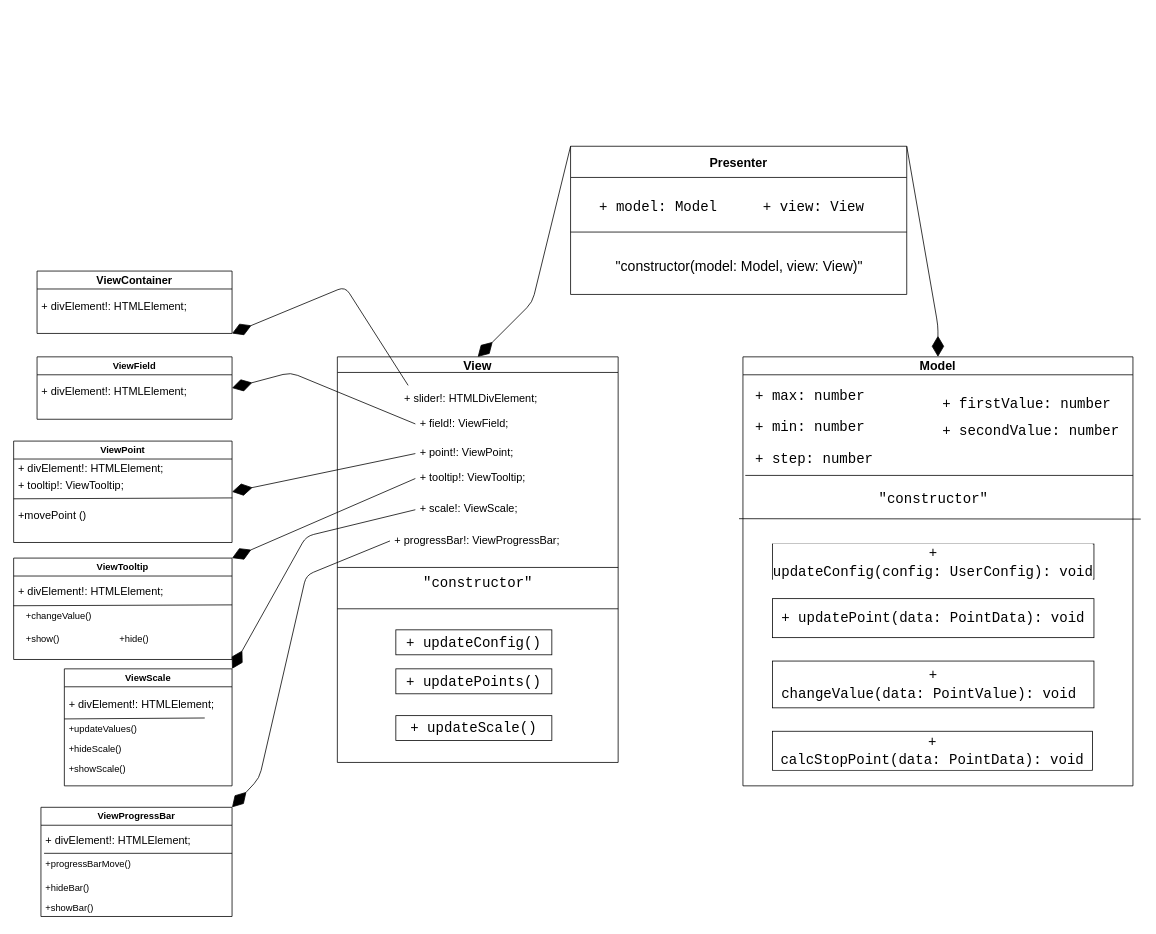
This is mvp.drawio from Sprashivaite/slider, a draw.io file, before an edit. Source tidied: cells renumbered, new cells numbered last; positions are measured from the earlier drawing's top-left corner, leaving out a move shared by most shapes. Both pictures are drawn from the tidied source at 78%, with x=0, y=0 at pixel (13, 146).
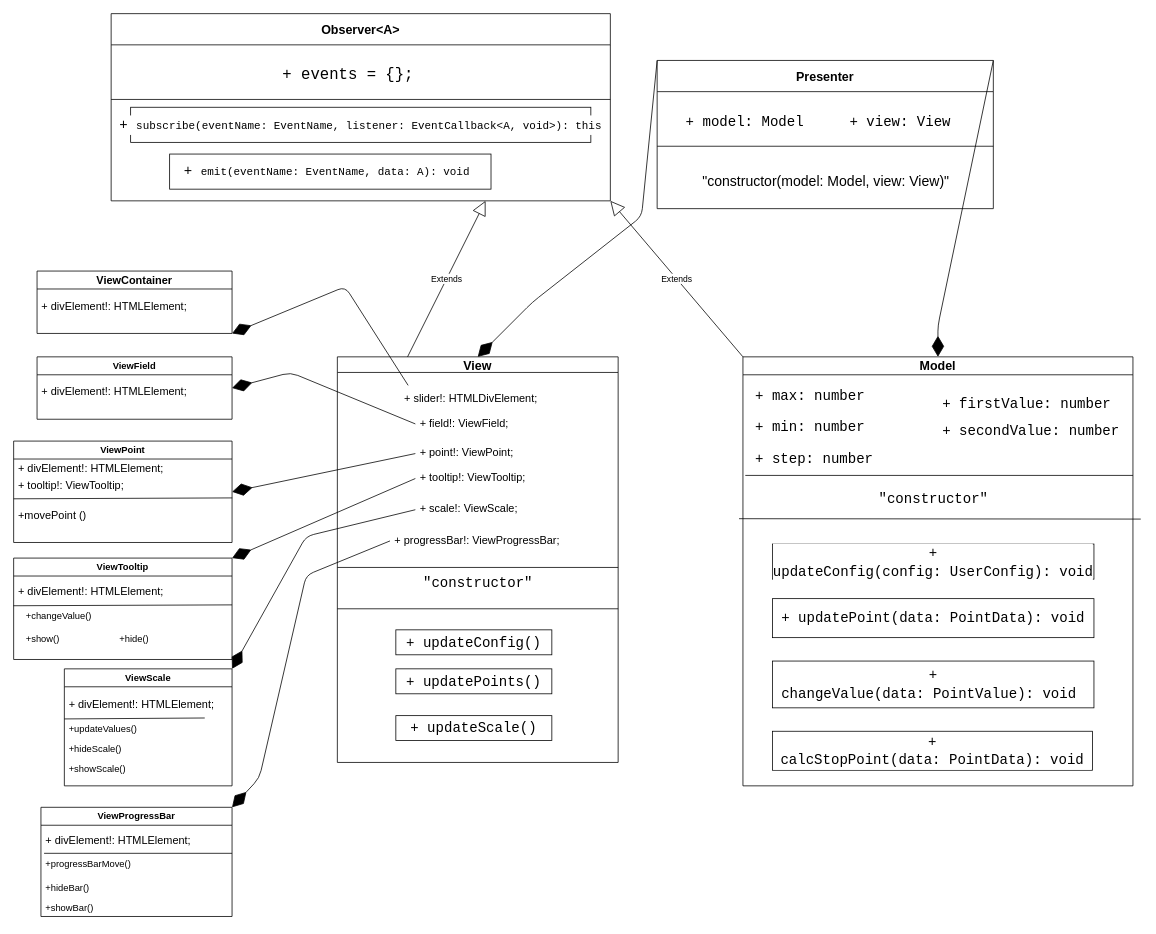
The same page after the edit.

Unchanged cells that the change refers to:
```xml
<mxCell id="2" value="Model" style="swimlane;whiteSpace=wrap;fontSize=16;" parent="1" vertex="1">
  <mxGeometry x="935" y="270" width="500" height="550" as="geometry" />
</mxCell>
<mxCell id="15" value="View" style="swimlane;spacingTop=0;startSize=20;swimlaneLine=1;labelBorderColor=none;labelBackgroundColor=none;verticalAlign=middle;fontSize=16;" parent="1" vertex="1">
  <mxGeometry x="415" y="270" width="360" height="520" as="geometry" />
</mxCell>
```

The edit, as a diff of the source:
```diff
@@
     <mxCell id="29" value="Presenter" style="swimlane;glass=0;spacing=3;startSize=40;fontSize=16;" parent="1" vertex="1">
-      <mxGeometry x="714" width="431" height="190" as="geometry" />
+      <mxGeometry x="825" y="-110" width="431" height="190" as="geometry" />
     </mxCell>
@@
     <mxCell id="50" style="endArrow=diamondThin;endFill=1;endSize=24;html=1;fontColor=#000000;entryX=0.5;entryY=0;entryDx=0;entryDy=0;exitX=0;exitY=0;exitDx=0;exitDy=0;" parent="1" edge="1" source="29" target="15">
       <mxGeometry relative="1" as="geometry">
         <Array as="points">
+          <mxPoint x="805" y="90" />
           <mxPoint x="665" y="200" />
         </Array>
       </mxGeometry>
     </mxCell>
@@
+    <mxCell id="69" value="Extends" style="endArrow=block;endSize=16;endFill=0;html=1;entryX=0.75;entryY=1;entryDx=0;entryDy=0;exitX=0.25;exitY=0;exitDx=0;exitDy=0;" parent="1" edge="1" source="15" target="70">
+      <mxGeometry relative="1" as="geometry" />
+    </mxCell>
+    <mxCell id="70" value="Observer&lt;A&gt;" style="swimlane;glass=0;spacing=3;startSize=40;fontSize=16;labelBackgroundColor=#FFFFFF;" parent="1" vertex="1">
+      <mxGeometry x="125" y="-170" width="640" height="240" as="geometry" />
+    </mxCell>
+    <mxCell id="71" value="&lt;div style=&quot;font-family: &amp;#34;consolas&amp;#34; , &amp;#34;courier new&amp;#34; , monospace ; font-size: 20px ; line-height: 24px&quot;&gt;&lt;span style=&quot;background-color: rgb(255 , 255 , 255)&quot;&gt;+&amp;nbsp;&lt;span style=&quot;font-family: &amp;#34;consolas&amp;#34; , &amp;#34;courier new&amp;#34; , monospace&quot;&gt;events&lt;/span&gt;&lt;span style=&quot;font-family: &amp;#34;consolas&amp;#34; , &amp;#34;courier new&amp;#34; , monospace&quot;&gt;&amp;nbsp;=&amp;nbsp;{};&lt;/span&gt;&lt;/span&gt;&lt;/div&gt;" style="text;html=1;align=left;verticalAlign=top;spacingLeft=4;fontSize=14;spacingRight=4;" parent="70" vertex="1">
+      <mxGeometry x="214" y="60" width="180" height="30" as="geometry" />
+    </mxCell>
+    <mxCell id="72" style="endArrow=none;html=1;fontSize=16;fontColor=#000000;" parent="70" edge="1">
+      <mxGeometry relative="1" as="geometry">
+        <mxPoint y="110" as="sourcePoint" />
+        <mxPoint x="640" y="110" as="targetPoint" />
+      </mxGeometry>
+    </mxCell>
+    <mxCell id="73" value="&lt;div style=&quot;font-family: &amp;#34;consolas&amp;#34; , &amp;#34;courier new&amp;#34; , monospace ; font-size: 18px ; line-height: 24px&quot;&gt;&lt;div style=&quot;font-family: &amp;#34;consolas&amp;#34; , &amp;#34;courier new&amp;#34; , monospace ; line-height: 24px&quot;&gt;&lt;div style=&quot;font-family: &amp;#34;consolas&amp;#34; , &amp;#34;courier new&amp;#34; , monospace ; line-height: 24px&quot;&gt;&lt;span style=&quot;background-color: rgb(255 , 255 , 255)&quot;&gt;+&amp;nbsp;&lt;span style=&quot;font-family: &amp;#34;consolas&amp;#34; , &amp;#34;courier new&amp;#34; , monospace ; font-size: 14px&quot;&gt;subscribe&lt;/span&gt;&lt;span style=&quot;font-family: &amp;#34;consolas&amp;#34; , &amp;#34;courier new&amp;#34; , monospace ; font-size: 14px&quot;&gt;(&lt;/span&gt;&lt;span style=&quot;font-family: &amp;#34;consolas&amp;#34; , &amp;#34;courier new&amp;#34; , monospace ; font-size: 14px&quot;&gt;eventName&lt;/span&gt;&lt;span style=&quot;font-family: &amp;#34;consolas&amp;#34; , &amp;#34;courier new&amp;#34; , monospace ; font-size: 14px&quot;&gt;:&amp;nbsp;&lt;/span&gt;&lt;span style=&quot;font-family: &amp;#34;consolas&amp;#34; , &amp;#34;courier new&amp;#34; , monospace ; font-size: 14px&quot;&gt;EventName&lt;/span&gt;&lt;span style=&quot;font-family: &amp;#34;consolas&amp;#34; , &amp;#34;courier new&amp;#34; , monospace ; font-size: 14px&quot;&gt;,&amp;nbsp;&lt;/span&gt;&lt;span style=&quot;font-family: &amp;#34;consolas&amp;#34; , &amp;#34;courier new&amp;#34; , monospace ; font-size: 14px&quot;&gt;listener&lt;/span&gt;&lt;span style=&quot;font-family: &amp;#34;consolas&amp;#34; , &amp;#34;courier new&amp;#34; , monospace ; font-size: 14px&quot;&gt;:&amp;nbsp;&lt;/span&gt;&lt;span style=&quot;font-family: &amp;#34;consolas&amp;#34; , &amp;#34;courier new&amp;#34; , monospace ; font-size: 14px&quot;&gt;EventCallback&lt;/span&gt;&lt;span style=&quot;font-family: &amp;#34;consolas&amp;#34; , &amp;#34;courier new&amp;#34; , monospace ; font-size: 14px&quot;&gt;&amp;lt;&lt;/span&gt;&lt;span style=&quot;font-family: &amp;#34;consolas&amp;#34; , &amp;#34;courier new&amp;#34; , monospace ; font-size: 14px&quot;&gt;A&lt;/span&gt;&lt;span style=&quot;font-family: &amp;#34;consolas&amp;#34; , &amp;#34;courier new&amp;#34; , monospace ; font-size: 14px&quot;&gt;,&amp;nbsp;&lt;/span&gt;&lt;span style=&quot;font-family: &amp;#34;consolas&amp;#34; , &amp;#34;courier new&amp;#34; , monospace ; font-size: 14px&quot;&gt;void&lt;/span&gt;&lt;span style=&quot;font-family: &amp;#34;consolas&amp;#34; , &amp;#34;courier new&amp;#34; , monospace ; font-size: 14px&quot;&gt;&amp;gt;):&amp;nbsp;&lt;/span&gt;&lt;span style=&quot;font-family: &amp;#34;consolas&amp;#34; , &amp;#34;courier new&amp;#34; , monospace ; font-size: 14px&quot;&gt;this&lt;/span&gt;&lt;/span&gt;&lt;/div&gt;&lt;/div&gt;&lt;/div&gt;" style="rounded=0;whiteSpace=wrap;html=1;labelBackgroundColor=#ffffff;" parent="70" vertex="1">
+      <mxGeometry x="25" y="120" width="590" height="45" as="geometry" />
+    </mxCell>
+    <mxCell id="74" value="&lt;div style=&quot;font-family: &amp;#34;consolas&amp;#34; , &amp;#34;courier new&amp;#34; , monospace ; font-size: 18px ; line-height: 24px&quot;&gt;&lt;div style=&quot;font-family: &amp;#34;consolas&amp;#34; , &amp;#34;courier new&amp;#34; , monospace ; line-height: 24px&quot;&gt;&lt;div style=&quot;font-family: &amp;#34;consolas&amp;#34; , &amp;#34;courier new&amp;#34; , monospace ; line-height: 24px&quot;&gt;&lt;span style=&quot;background-color: rgb(255 , 255 , 255)&quot;&gt;+&amp;nbsp;&lt;span style=&quot;font-family: &amp;#34;consolas&amp;#34; , &amp;#34;courier new&amp;#34; , monospace ; font-size: 14px&quot;&gt;emit&lt;/span&gt;&lt;span style=&quot;font-family: &amp;#34;consolas&amp;#34; , &amp;#34;courier new&amp;#34; , monospace ; font-size: 14px&quot;&gt;(&lt;/span&gt;&lt;span style=&quot;font-family: &amp;#34;consolas&amp;#34; , &amp;#34;courier new&amp;#34; , monospace ; font-size: 14px&quot;&gt;eventName&lt;/span&gt;&lt;span style=&quot;font-family: &amp;#34;consolas&amp;#34; , &amp;#34;courier new&amp;#34; , monospace ; font-size: 14px&quot;&gt;:&amp;nbsp;&lt;/span&gt;&lt;span style=&quot;font-family: &amp;#34;consolas&amp;#34; , &amp;#34;courier new&amp;#34; , monospace ; font-size: 14px&quot;&gt;EventName&lt;/span&gt;&lt;span style=&quot;font-family: &amp;#34;consolas&amp;#34; , &amp;#34;courier new&amp;#34; , monospace ; font-size: 14px&quot;&gt;,&amp;nbsp;&lt;/span&gt;&lt;span style=&quot;font-family: &amp;#34;consolas&amp;#34; , &amp;#34;courier new&amp;#34; , monospace ; font-size: 14px&quot;&gt;data&lt;/span&gt;&lt;span style=&quot;font-family: &amp;#34;consolas&amp;#34; , &amp;#34;courier new&amp;#34; , monospace ; font-size: 14px&quot;&gt;:&amp;nbsp;&lt;/span&gt;&lt;span style=&quot;font-family: &amp;#34;consolas&amp;#34; , &amp;#34;courier new&amp;#34; , monospace ; font-size: 14px&quot;&gt;A&lt;/span&gt;&lt;span style=&quot;font-family: &amp;#34;consolas&amp;#34; , &amp;#34;courier new&amp;#34; , monospace ; font-size: 14px&quot;&gt;):&amp;nbsp;&lt;/span&gt;&lt;span style=&quot;font-family: &amp;#34;consolas&amp;#34; , &amp;#34;courier new&amp;#34; , monospace ; font-size: 14px&quot;&gt;void&lt;/span&gt;&lt;span style=&quot;font-family: &amp;#34;consolas&amp;#34; , &amp;#34;courier new&amp;#34; , monospace ; font-size: 14px&quot;&gt;&amp;nbsp;&lt;/span&gt;&lt;/span&gt;&lt;/div&gt;&lt;/div&gt;&lt;/div&gt;" style="rounded=0;whiteSpace=wrap;html=1;labelBackgroundColor=#ffffff;" parent="70" vertex="1">
+      <mxGeometry x="75" y="180" width="412" height="45" as="geometry" />
+    </mxCell>
+    <mxCell id="75" value="Extends" style="endArrow=block;endSize=16;endFill=0;html=1;exitX=0;exitY=0;exitDx=0;exitDy=0;entryX=1;entryY=1;entryDx=0;entryDy=0;" parent="1" edge="1" source="2" target="70">
+      <mxGeometry relative="1" as="geometry" />
+    </mxCell>
```
